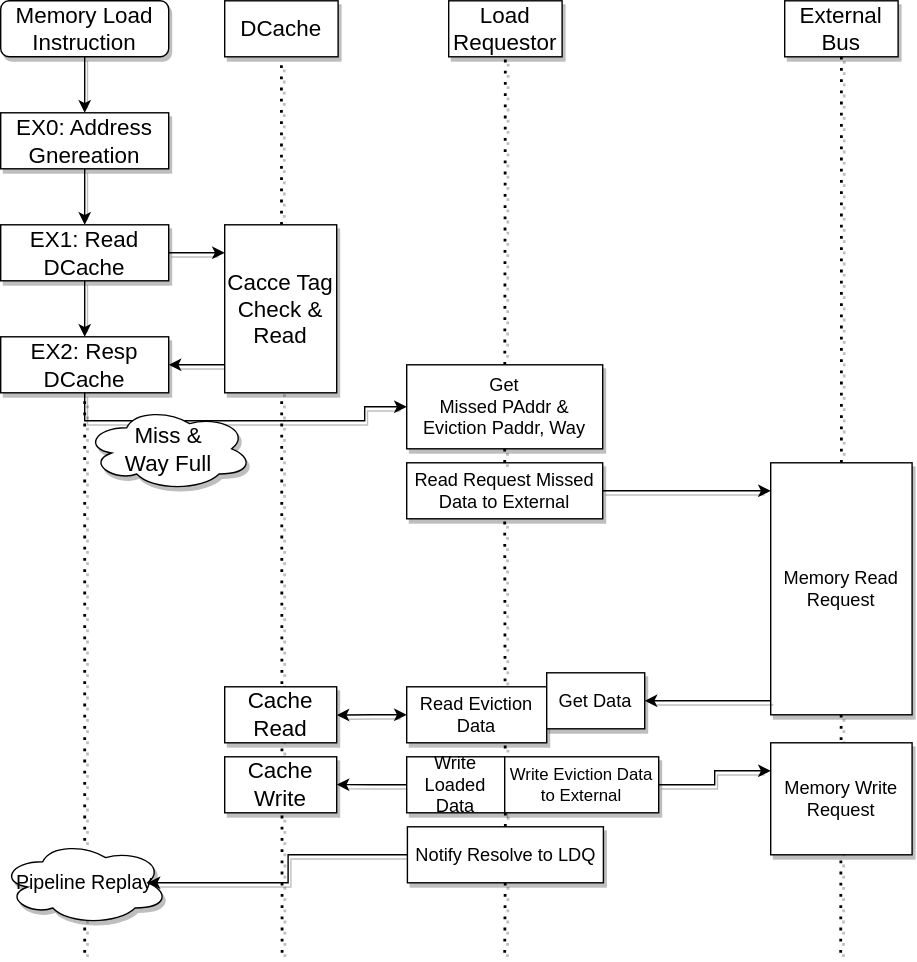
The draw.io diagram docs/source/sections/cache_replace_pipeline.svg in msyksphinz-self/scariv_zero, before a commit. Source tidied: cells renumbered, new cells last; positions are measured from the earlier drawing's top-left corner, leaving out a move shared by most shapes.
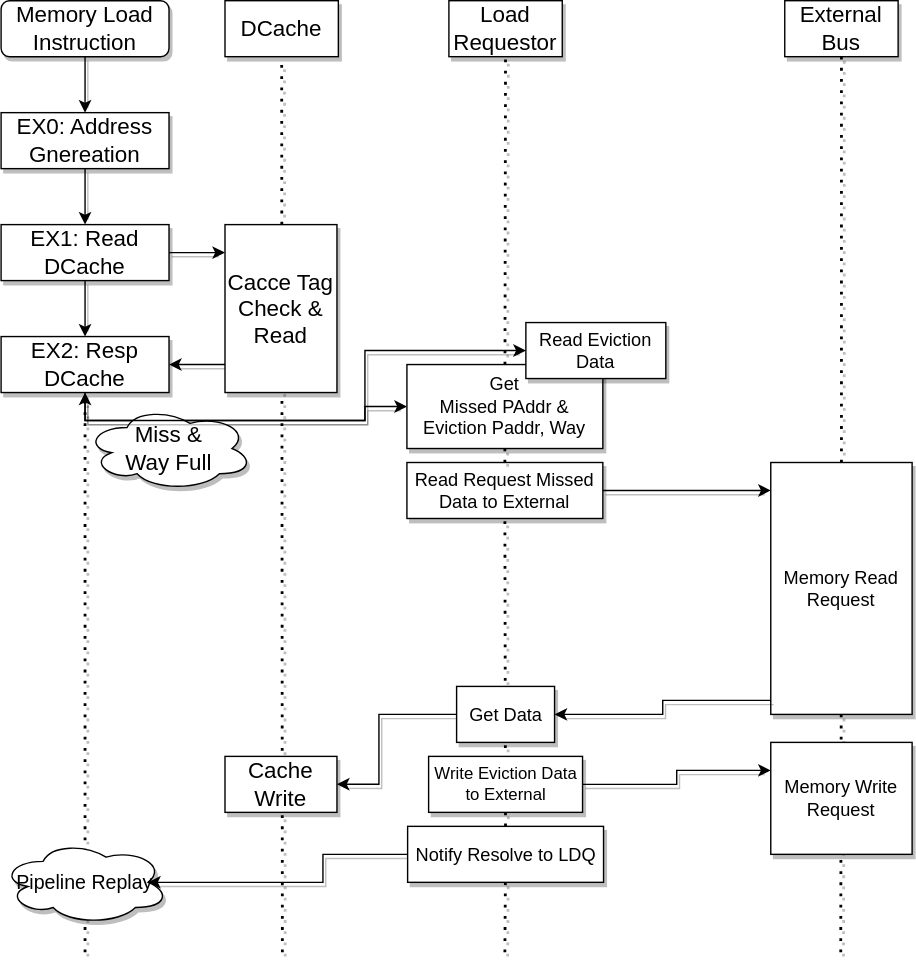
The same diagram one commit later.

What changed in the source:
```diff
@@ -59,7 +59,7 @@
     <mxCell id="16" style="endArrow=none;dashed=1;html=1;dashPattern=1 3;strokeWidth=2;shadow=1;fontSize=13;" parent="1" edge="1" source="18" target="15">
       <mxGeometry relative="1" as="geometry" />
     </mxCell>
-    <mxCell id="17" style="edgeStyle=orthogonalEdgeStyle;rounded=0;jettySize=auto;html=1;shadow=1;startArrow=none;startFill=0;fontSize=16;" parent="1" edge="1" source="33">
+    <mxCell id="17" style="edgeStyle=orthogonalEdgeStyle;rounded=0;jettySize=auto;html=1;shadow=1;startArrow=none;startFill=0;fontSize=16;" parent="1" edge="1" source="31">
       <mxGeometry relative="1" as="geometry">
         <mxPoint x="550" y="350" as="targetPoint" />
       </mxGeometry>
@@ -79,79 +79,87 @@
     <mxCell id="22" value="Memory Read Request" style="rounded=0;whiteSpace=wrap;html=1;shadow=1;labelBackgroundColor=none;fontSize=13;align=center;" parent="1" vertex="1">
       <mxGeometry x="550" y="330" width="101" height="180" as="geometry" />
     </mxCell>
-    <mxCell id="23" style="edgeStyle=orthogonalEdgeStyle;rounded=0;jettySize=auto;html=1;shadow=1;startArrow=none;startFill=0;fontSize=16;entryX=1;entryY=0.5;entryDx=0;entryDy=0;" parent="1" edge="1" target="41">
+    <mxCell id="23" style="edgeStyle=orthogonalEdgeStyle;rounded=0;jettySize=auto;html=1;shadow=1;startArrow=none;startFill=0;fontSize=16;entryX=1;entryY=0.5;entryDx=0;entryDy=0;" parent="1" edge="1" target="39">
       <mxGeometry relative="1" as="geometry">
         <mxPoint x="550" y="500" as="sourcePoint" />
       </mxGeometry>
     </mxCell>
-    <mxCell id="24" style="endArrow=none;dashed=1;html=1;dashPattern=1 3;strokeWidth=2;shadow=1;fontSize=13;entryX=0.5;entryY=1;entryDx=0;entryDy=0;" parent="1" edge="1" source="37" target="33">
+    <mxCell id="24" style="endArrow=none;dashed=1;html=1;dashPattern=1 3;strokeWidth=2;shadow=1;fontSize=13;entryX=0.5;entryY=1;entryDx=0;entryDy=0;" parent="1" edge="1" source="35" target="31">
       <mxGeometry relative="1" as="geometry" />
     </mxCell>
-    <mxCell id="25" style="edgeStyle=orthogonalEdgeStyle;rounded=0;jettySize=auto;html=1;exitX=0;exitY=0.5;exitDx=0;exitDy=0;shadow=1;startArrow=classic;startFill=1;fontSize=16;" parent="1" edge="1" source="26">
+    <mxCell id="25" style="edgeStyle=orthogonalEdgeStyle;rounded=0;jettySize=auto;html=1;exitX=0;exitY=0.5;exitDx=0;exitDy=0;shadow=1;startArrow=classic;startFill=1;fontSize=16;" parent="1" edge="1" source="26" target="10">
       <mxGeometry relative="1" as="geometry">
-        <mxPoint x="240" y="510.2" as="targetPoint" />
+        <Array as="points">
+          <mxPoint x="375" y="250" />
+          <mxPoint x="260" y="250" />
+          <mxPoint x="260" y="300" />
+          <mxPoint x="60" y="300" />
+        </Array>
       </mxGeometry>
     </mxCell>
     <mxCell id="26" value="Read Eviction Data" style="rounded=0;whiteSpace=wrap;html=1;shadow=1;labelBackgroundColor=none;fontSize=13;align=center;" parent="1" vertex="1">
-      <mxGeometry x="290" y="490" width="100" height="40" as="geometry" />
+      <mxGeometry x="375" y="230" width="100" height="40" as="geometry" />
     </mxCell>
-    <mxCell id="27" style="edgeStyle=orthogonalEdgeStyle;rounded=0;jettySize=auto;html=1;exitX=0;exitY=0.5;exitDx=0;exitDy=0;shadow=1;startArrow=none;startFill=0;fontSize=16;" parent="1" edge="1" source="28">
+    <mxCell id="27" style="edgeStyle=orthogonalEdgeStyle;rounded=0;jettySize=auto;html=1;exitX=0;exitY=0.5;exitDx=0;exitDy=0;shadow=1;startArrow=none;startFill=0;fontSize=16;" parent="1" edge="1" source="39">
       <mxGeometry relative="1" as="geometry">
         <mxPoint x="240" y="559.9" as="targetPoint" />
+        <Array as="points">
+          <mxPoint x="270" y="510" />
+          <mxPoint x="270" y="560" />
+        </Array>
       </mxGeometry>
     </mxCell>
-    <mxCell id="28" value="Write Loaded Data" style="rounded=0;whiteSpace=wrap;html=1;shadow=1;labelBackgroundColor=none;fontSize=13;align=center;" parent="1" vertex="1">
-      <mxGeometry x="290" y="540" width="70" height="40" as="geometry" />
+    <mxCell id="28" value="Cache Write" style="rounded=0;whiteSpace=wrap;html=1;shadow=1;labelBackgroundColor=none;fontSize=16;align=center;" parent="1" vertex="1">
+      <mxGeometry x="160" y="540" width="80" height="40" as="geometry" />
     </mxCell>
-    <mxCell id="29" value="Cache Read" style="rounded=0;whiteSpace=wrap;html=1;shadow=1;labelBackgroundColor=none;fontSize=16;align=center;" parent="1" vertex="1">
-      <mxGeometry x="160" y="490" width="80" height="40" as="geometry" />
+    <mxCell id="29" style="edgeStyle=orthogonalEdgeStyle;rounded=0;jettySize=auto;html=1;exitX=1;exitY=0.5;exitDx=0;exitDy=0;shadow=1;startArrow=none;startFill=0;fontSize=16;entryX=0;entryY=0.25;entryDx=0;entryDy=0;" parent="1" edge="1" source="30" target="33">
+      <mxGeometry relative="1" as="geometry" />
     </mxCell>
-    <mxCell id="30" value="Cache Write" style="rounded=0;whiteSpace=wrap;html=1;shadow=1;labelBackgroundColor=none;fontSize=16;align=center;" parent="1" vertex="1">
-      <mxGeometry x="160" y="540" width="80" height="40" as="geometry" />
+    <mxCell id="30" value="Write Eviction Data&lt;br style=&quot;font-size: 12px;&quot;&gt;to External" style="rounded=0;whiteSpace=wrap;html=1;shadow=1;labelBackgroundColor=none;fontSize=12;align=center;" parent="1" vertex="1">
+      <mxGeometry x="305.5" y="540" width="110" height="40" as="geometry" />
     </mxCell>
-    <mxCell id="31" style="edgeStyle=orthogonalEdgeStyle;rounded=0;jettySize=auto;html=1;exitX=1;exitY=0.5;exitDx=0;exitDy=0;shadow=1;startArrow=none;startFill=0;fontSize=16;entryX=0;entryY=0.25;entryDx=0;entryDy=0;" parent="1" edge="1" source="32" target="35">
-      <mxGeometry relative="1" as="geometry" />
+    <mxCell id="31" value="Read Request Missed Data to External" style="rounded=0;whiteSpace=wrap;html=1;shadow=1;labelBackgroundColor=none;fontSize=13;align=center;" parent="1" vertex="1">
+      <mxGeometry x="290" y="330" width="140" height="40" as="geometry" />
     </mxCell>
-    <mxCell id="32" value="Write Eviction Data&lt;br style=&quot;font-size: 12px;&quot;&gt;to External" style="rounded=0;whiteSpace=wrap;html=1;shadow=1;labelBackgroundColor=none;fontSize=12;align=center;" parent="1" vertex="1">
-      <mxGeometry x="360" y="540" width="110" height="40" as="geometry" />
+    <mxCell id="32" style="endArrow=none;dashed=1;html=1;dashPattern=1 3;strokeWidth=2;shadow=1;fontSize=13;" parent="1" edge="1" target="22">
+      <mxGeometry relative="1" as="geometry">
+        <mxPoint x="600" y="680" as="sourcePoint" />
+      </mxGeometry>
     </mxCell>
-    <mxCell id="33" value="Read Request Missed Data to External" style="rounded=0;whiteSpace=wrap;html=1;shadow=1;labelBackgroundColor=none;fontSize=13;align=center;" parent="1" vertex="1">
-      <mxGeometry x="290" y="330" width="140" height="40" as="geometry" />
+    <mxCell id="33" value="Memory Write Request" style="rounded=0;whiteSpace=wrap;html=1;shadow=1;labelBackgroundColor=none;fontSize=13;align=center;" parent="1" vertex="1">
+      <mxGeometry x="550" y="530" width="101" height="80" as="geometry" />
     </mxCell>
-    <mxCell id="34" style="endArrow=none;dashed=1;html=1;dashPattern=1 3;strokeWidth=2;shadow=1;fontSize=13;" parent="1" edge="1" target="22">
+    <mxCell id="34" style="edgeStyle=orthogonalEdgeStyle;rounded=0;jettySize=auto;html=1;exitX=0;exitY=0.5;exitDx=0;exitDy=0;entryX=0.875;entryY=0.5;entryDx=0;entryDy=0;entryPerimeter=0;shadow=1;startArrow=none;startFill=0;fontSize=12;" parent="1" edge="1" source="35" target="38">
       <mxGeometry relative="1" as="geometry">
-        <mxPoint x="600" y="680" as="sourcePoint" />
+        <Array as="points">
+          <mxPoint x="230" y="610" />
+          <mxPoint x="230" y="630" />
+        </Array>
       </mxGeometry>
     </mxCell>
-    <mxCell id="35" value="Memory Write Request" style="rounded=0;whiteSpace=wrap;html=1;shadow=1;labelBackgroundColor=none;fontSize=13;align=center;" parent="1" vertex="1">
-      <mxGeometry x="550" y="530" width="101" height="80" as="geometry" />
+    <mxCell id="35" value="Notify Resolve to LDQ" style="rounded=0;whiteSpace=wrap;html=1;shadow=1;labelBackgroundColor=none;fontSize=13;align=center;" parent="1" vertex="1">
+      <mxGeometry x="290.5" y="590" width="140" height="40" as="geometry" />
     </mxCell>
-    <mxCell id="36" style="edgeStyle=orthogonalEdgeStyle;rounded=0;jettySize=auto;html=1;exitX=0;exitY=0.5;exitDx=0;exitDy=0;entryX=0.875;entryY=0.5;entryDx=0;entryDy=0;entryPerimeter=0;shadow=1;startArrow=none;startFill=0;fontSize=12;" parent="1" edge="1" source="37" target="40">
-      <mxGeometry relative="1" as="geometry" />
+    <mxCell id="36" style="endArrow=none;dashed=1;html=1;dashPattern=1 3;strokeWidth=2;shadow=1;fontSize=13;" parent="1" edge="1" target="35">
+      <mxGeometry relative="1" as="geometry">
+        <mxPoint x="360" y="680" as="sourcePoint" />
+      </mxGeometry>
     </mxCell>
-    <mxCell id="37" value="Notify Resolve to LDQ" style="rounded=0;whiteSpace=wrap;html=1;shadow=1;labelBackgroundColor=none;fontSize=13;align=center;" parent="1" vertex="1">
-      <mxGeometry x="290.5" y="590" width="140" height="40" as="geometry" />
+    <mxCell id="37" style="endArrow=none;dashed=1;html=1;dashPattern=1 3;strokeWidth=2;shadow=1;fontSize=13;" parent="1" edge="1" target="10">
+      <mxGeometry relative="1" as="geometry">
+        <mxPoint x="60" y="680" as="sourcePoint" />
+      </mxGeometry>
     </mxCell>
-    <mxCell id="38" style="endArrow=none;dashed=1;html=1;dashPattern=1 3;strokeWidth=2;shadow=1;fontSize=13;" parent="1" edge="1" target="37">
-      <mxGeometry relative="1" as="geometry">
-        <mxPoint x="360" y="680" as="sourcePoint" />
-      </mxGeometry>
+    <mxCell id="38" value="Pipeline Replay" style="ellipse;shape=cloud;whiteSpace=wrap;html=1;shadow=1;labelBackgroundColor=none;fontSize=14;" parent="1" vertex="1">
+      <mxGeometry y="600" width="120" height="60" as="geometry" />
     </mxCell>
-    <mxCell id="39" style="endArrow=none;dashed=1;html=1;dashPattern=1 3;strokeWidth=2;shadow=1;fontSize=13;" parent="1" edge="1" target="10">
-      <mxGeometry relative="1" as="geometry">
-        <mxPoint x="60" y="680" as="sourcePoint" />
-      </mxGeometry>
+    <mxCell id="39" value="Get Data" style="rounded=0;whiteSpace=wrap;html=1;shadow=1;labelBackgroundColor=none;fontSize=13;align=center;" parent="1" vertex="1">
+      <mxGeometry x="325.5" y="490" width="70" height="40" as="geometry" />
     </mxCell>
-    <mxCell id="40" value="Pipeline Replay" style="ellipse;shape=cloud;whiteSpace=wrap;html=1;shadow=1;labelBackgroundColor=none;fontSize=14;" parent="1" vertex="1">
-      <mxGeometry y="600" width="120" height="60" as="geometry" />
+    <mxCell id="40" style="endArrow=none;dashed=1;html=1;dashPattern=1 3;strokeWidth=2;shadow=1;fontSize=13;exitX=0.5;exitY=0;exitDx=0;exitDy=0;" parent="1" edge="1" source="31">
+      <mxGeometry relative="1" as="geometry">
+        <mxPoint x="360" y="320" as="targetPoint" />
+      </mxGeometry>
     </mxCell>
-    <mxCell id="41" value="Get Data" style="rounded=0;whiteSpace=wrap;html=1;shadow=1;labelBackgroundColor=none;fontSize=13;align=center;" parent="1" vertex="1">
-      <mxGeometry x="390" y="480" width="70" height="40" as="geometry" />
-    </mxCell>
-    <mxCell id="42" style="endArrow=none;dashed=1;html=1;dashPattern=1 3;strokeWidth=2;shadow=1;fontSize=13;exitX=0.5;exitY=0;exitDx=0;exitDy=0;" parent="1" edge="1" source="33">
-      <mxGeometry relative="1" as="geometry">
-        <mxPoint x="360" y="320" as="targetPoint" />
-      </mxGeometry>
-    </mxCell>
   </root>
 </mxGraphModel>
```
